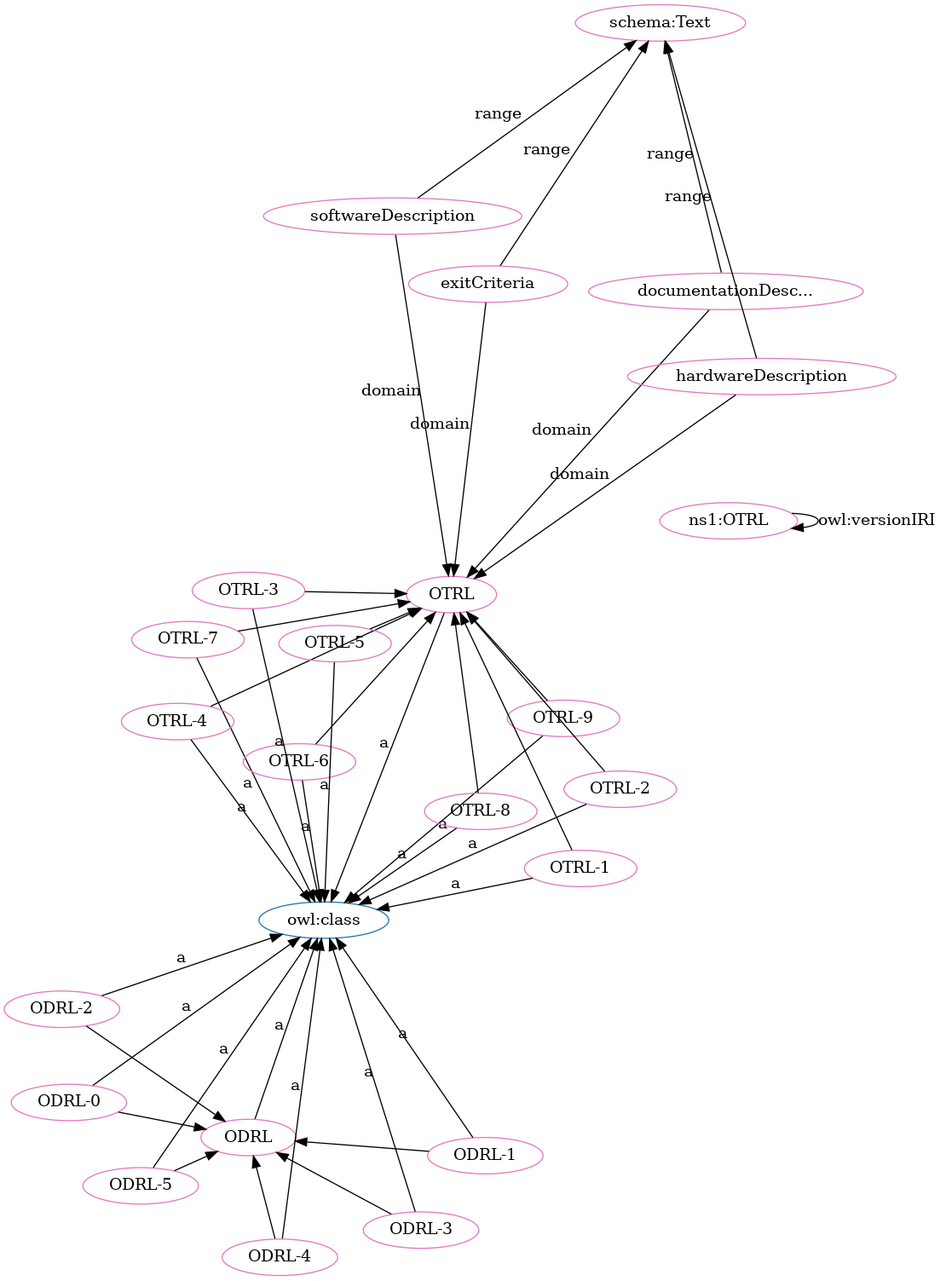
Earlier version of the Graphviz export OTRL-clean.png (OPEN-NEXT/OKH-LOSH). Its source is kept beside it as OTRL-clean.dot. The source it was exported from:
```dot
digraph G {
  rankdir=BT
  node[height=.3]
"http://purl.org/oseg/ontologies/OTRL#ODRL" [fillcolor="#1f77b4" color="#1f77b4" label="ODRL"]
"http://www.w3.org/2002/07/owl#class" [fillcolor="#1f77b4" color="#1f77b4" label="owl:class"]
"http://purl.org/oseg/ontologies/OTRL#OTRL" [fillcolor="#1f77b4" color="#1f77b4" label="OTRL"]
"http://purl.org/oseg/ontologies/OTRL#OTRL-7" [fillcolor="#e377c2" color="#e377c2" label="OTRL-7"]
"http://purl.org/oseg/ontologies/OTRL#ODRL" [fillcolor="#e377c2" color="#e377c2" label="ODRL"]
"http://purl.org/oseg/ontologies/OTRL#OTRL" [fillcolor="#e377c2" color="#e377c2" label="OTRL"]
"http://purl.org/oseg/ontologies/OTRL#documentationDescription" [fillcolor="#e377c2" color="#e377c2" label="documentationDesc..."]
"http://purl.org/oseg/ontologies/OTRL#OTRL-6" [fillcolor="#e377c2" color="#e377c2" label="OTRL-6"]
"http://purl.org/oseg/ontologies/OTRL#OTRL-3" [fillcolor="#e377c2" color="#e377c2" label="OTRL-3"]
"http://schema.org/Text" [fillcolor="#e377c2" color="#e377c2" label="schema:Text"]
"http://purl.org/oseg/ontologies/OTRL#ODRL-4" [fillcolor="#e377c2" color="#e377c2" label="ODRL-4"]
"http://purl.org/oseg/ontologies/OTRL#ODRL-1" [fillcolor="#e377c2" color="#e377c2" label="ODRL-1"]
"http://purl.org/oseg/ontologies/OTRL#ODRL-3" [fillcolor="#e377c2" color="#e377c2" label="ODRL-3"]
"http://purl.org/oseg/ontologies/OTRL#exitCriteria" [fillcolor="#e377c2" color="#e377c2" label="exitCriteria"]
"http://purl.org/oseg/ontologies/OTRL#OTRL-9" [fillcolor="#e377c2" color="#e377c2" label="OTRL-9"]
"http://purl.org/oseg/ontologies/OTRL" [fillcolor="#e377c2" color="#e377c2" label="ns1:OTRL"]
"http://purl.org/oseg/ontologies/OTRL#OTRL-8" [fillcolor="#e377c2" color="#e377c2" label="OTRL-8"]
"http://purl.org/oseg/ontologies/OTRL#OTRL-1" [fillcolor="#e377c2" color="#e377c2" label="OTRL-1"]
"http://purl.org/oseg/ontologies/OTRL#ODRL-2" [fillcolor="#e377c2" color="#e377c2" label="ODRL-2"]
"http://purl.org/oseg/ontologies/OTRL#OTRL-2" [fillcolor="#e377c2" color="#e377c2" label="OTRL-2"]
"http://purl.org/oseg/ontologies/OTRL#OTRL-4" [fillcolor="#e377c2" color="#e377c2" label="OTRL-4"]
"http://purl.org/oseg/ontologies/OTRL#softwareDescription" [fillcolor="#e377c2" color="#e377c2" label="softwareDescription"]
"http://purl.org/oseg/ontologies/OTRL#hardwareDescription" [fillcolor="#e377c2" color="#e377c2" label="hardwareDescription"]
"http://purl.org/oseg/ontologies/OTRL#OTRL-5" [fillcolor="#e377c2" color="#e377c2" label="OTRL-5"]
"http://purl.org/oseg/ontologies/OTRL#ODRL-0" [fillcolor="#e377c2" color="#e377c2" label="ODRL-0"]
"http://purl.org/oseg/ontologies/OTRL#ODRL-5" [fillcolor="#e377c2" color="#e377c2" label="ODRL-5"]
  "http://purl.org/oseg/ontologies/OTRL#OTRL-7" -> "http://www.w3.org/2002/07/owl#class" [label="a"]
  "http://purl.org/oseg/ontologies/OTRL#OTRL-7" -> "http://purl.org/oseg/ontologies/OTRL#OTRL" [label=""]
  "http://purl.org/oseg/ontologies/OTRL#exitCriteria" -> "http://purl.org/oseg/ontologies/OTRL#OTRL" [label="domain"]
  "http://purl.org/oseg/ontologies/OTRL#OTRL-3" -> "http://purl.org/oseg/ontologies/OTRL#OTRL" [label=""]
  "http://purl.org/oseg/ontologies/OTRL#OTRL-3" -> "http://www.w3.org/2002/07/owl#class" [label="a"]
  "http://purl.org/oseg/ontologies/OTRL#OTRL-4" -> "http://purl.org/oseg/ontologies/OTRL#OTRL" [label=""]
  "http://purl.org/oseg/ontologies/OTRL#OTRL-5" -> "http://purl.org/oseg/ontologies/OTRL#OTRL" [label=""]
  "http://purl.org/oseg/ontologies/OTRL#documentationDescription" -> "http://schema.org/Text" [label="range"]
  "http://purl.org/oseg/ontologies/OTRL#OTRL-4" -> "http://www.w3.org/2002/07/owl#class" [label="a"]
  "http://purl.org/oseg/ontologies/OTRL#OTRL" -> "http://www.w3.org/2002/07/owl#class" [label="a"]
  "http://purl.org/oseg/ontologies/OTRL#ODRL-4" -> "http://purl.org/oseg/ontologies/OTRL#ODRL" [label=""]
  "http://purl.org/oseg/ontologies/OTRL#ODRL-1" -> "http://purl.org/oseg/ontologies/OTRL#ODRL" [label=""]
  "http://purl.org/oseg/ontologies/OTRL#ODRL-3" -> "http://purl.org/oseg/ontologies/OTRL#ODRL" [label=""]
  "http://purl.org/oseg/ontologies/OTRL#OTRL-5" -> "http://www.w3.org/2002/07/owl#class" [label="a"]
  "http://purl.org/oseg/ontologies/OTRL#ODRL" -> "http://www.w3.org/2002/07/owl#class" [label="a"]
  "http://purl.org/oseg/ontologies/OTRL#ODRL-2" -> "http://purl.org/oseg/ontologies/OTRL#ODRL" [label=""]
  "http://purl.org/oseg/ontologies/OTRL#OTRL-1" -> "http://purl.org/oseg/ontologies/OTRL#OTRL" [label=""]
  "http://purl.org/oseg/ontologies/OTRL#OTRL-6" -> "http://purl.org/oseg/ontologies/OTRL#OTRL" [label=""]
  "http://purl.org/oseg/ontologies/OTRL#OTRL-6" -> "http://www.w3.org/2002/07/owl#class" [label="a"]
  "http://purl.org/oseg/ontologies/OTRL#softwareDescription" -> "http://schema.org/Text" [label="range"]
  "http://purl.org/oseg/ontologies/OTRL#ODRL-4" -> "http://www.w3.org/2002/07/owl#class" [label="a"]
  "http://purl.org/oseg/ontologies/OTRL#hardwareDescription" -> "http://schema.org/Text" [label="range"]
  "http://purl.org/oseg/ontologies/OTRL#exitCriteria" -> "http://schema.org/Text" [label="range"]
  "http://purl.org/oseg/ontologies/OTRL#documentationDescription" -> "http://purl.org/oseg/ontologies/OTRL#OTRL" [label="domain"]
  "http://purl.org/oseg/ontologies/OTRL#ODRL-1" -> "http://www.w3.org/2002/07/owl#class" [label="a"]
  "http://purl.org/oseg/ontologies/OTRL#ODRL-3" -> "http://www.w3.org/2002/07/owl#class" [label="a"]
  "http://purl.org/oseg/ontologies/OTRL#ODRL-5" -> "http://purl.org/oseg/ontologies/OTRL#ODRL" [label=""]
  "http://purl.org/oseg/ontologies/OTRL#OTRL-2" -> "http://purl.org/oseg/ontologies/OTRL#OTRL" [label=""]
  "http://purl.org/oseg/ontologies/OTRL#ODRL-0" -> "http://purl.org/oseg/ontologies/OTRL#ODRL" [label=""]
  "http://purl.org/oseg/ontologies/OTRL#OTRL-9" -> "http://purl.org/oseg/ontologies/OTRL#OTRL" [label=""]
  "http://purl.org/oseg/ontologies/OTRL#OTRL-8" -> "http://purl.org/oseg/ontologies/OTRL#OTRL" [label=""]
  "http://purl.org/oseg/ontologies/OTRL#OTRL-9" -> "http://www.w3.org/2002/07/owl#class" [label="a"]
  "http://purl.org/oseg/ontologies/OTRL#softwareDescription" -> "http://purl.org/oseg/ontologies/OTRL#OTRL" [label="domain"]
  "http://purl.org/oseg/ontologies/OTRL" -> "http://purl.org/oseg/ontologies/OTRL" [label="owl:versionIRI"]
  "http://purl.org/oseg/ontologies/OTRL#OTRL-8" -> "http://www.w3.org/2002/07/owl#class" [label="a"]
  "http://purl.org/oseg/ontologies/OTRL#OTRL-1" -> "http://www.w3.org/2002/07/owl#class" [label="a"]
  "http://purl.org/oseg/ontologies/OTRL#hardwareDescription" -> "http://purl.org/oseg/ontologies/OTRL#OTRL" [label="domain"]
  "http://purl.org/oseg/ontologies/OTRL#ODRL-2" -> "http://www.w3.org/2002/07/owl#class" [label="a"]
  "http://purl.org/oseg/ontologies/OTRL#ODRL-0" -> "http://www.w3.org/2002/07/owl#class" [label="a"]
  "http://purl.org/oseg/ontologies/OTRL#ODRL-5" -> "http://www.w3.org/2002/07/owl#class" [label="a"]
  "http://purl.org/oseg/ontologies/OTRL#OTRL-2" -> "http://www.w3.org/2002/07/owl#class" [label="a"]
}
```
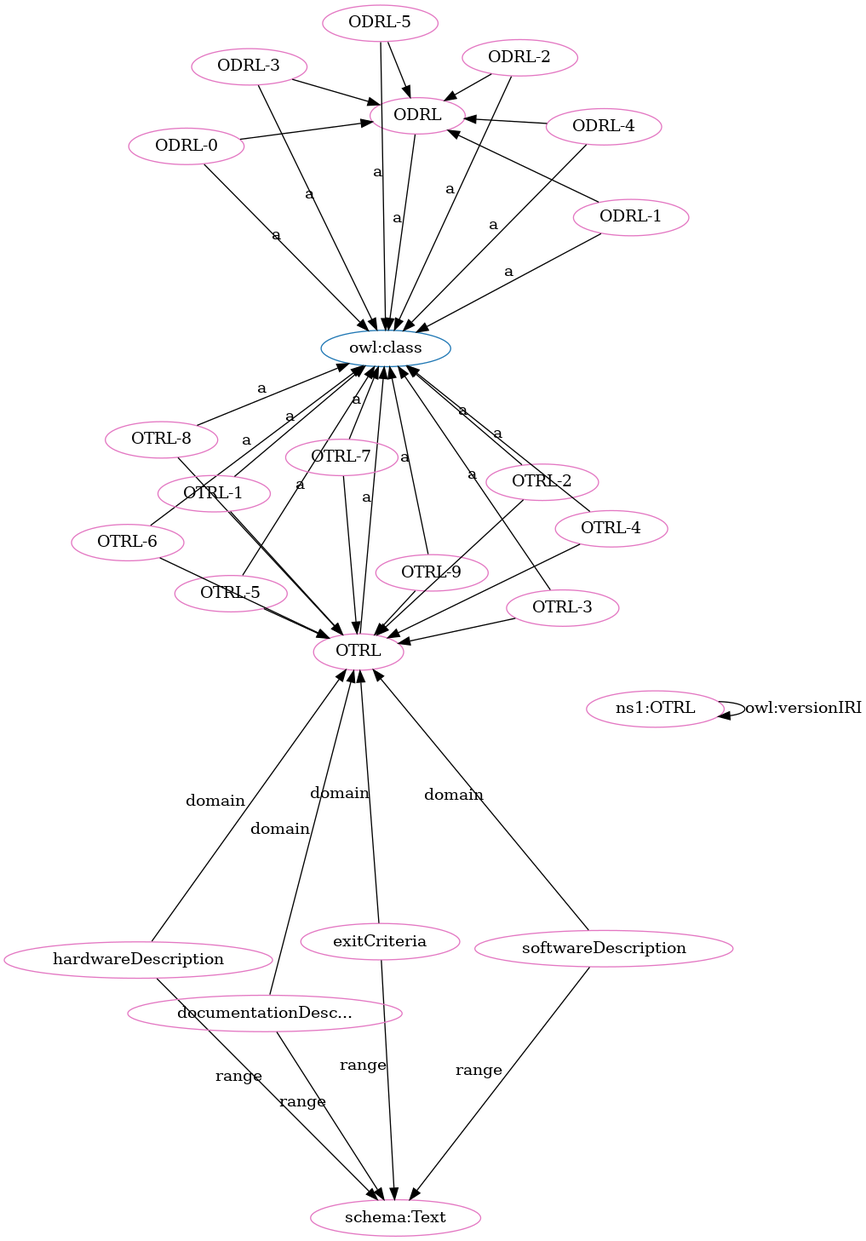
Above is the later version.

Change to the diagram source:
```diff
@@ -2,70 +2,70 @@
   rankdir=BT
   node[height=.3]
 "http://purl.org/oseg/ontologies/OTRL#ODRL" [fillcolor="#1f77b4" color="#1f77b4" label="ODRL"]
+"http://purl.org/oseg/ontologies/OTRL#OTRL" [fillcolor="#1f77b4" color="#1f77b4" label="OTRL"]
 "http://www.w3.org/2002/07/owl#class" [fillcolor="#1f77b4" color="#1f77b4" label="owl:class"]
-"http://purl.org/oseg/ontologies/OTRL#OTRL" [fillcolor="#1f77b4" color="#1f77b4" label="OTRL"]
+"http://purl.org/oseg/ontologies/OTRL#ODRL" [fillcolor="#e377c2" color="#e377c2" label="ODRL"]
+"http://purl.org/oseg/ontologies/OTRL#OTRL-5" [fillcolor="#e377c2" color="#e377c2" label="OTRL-5"]
+"http://purl.org/oseg/ontologies/OTRL#OTRL-9" [fillcolor="#e377c2" color="#e377c2" label="OTRL-9"]
+"http://schema.org/Text" [fillcolor="#e377c2" color="#e377c2" label="schema:Text"]
+"http://purl.org/oseg/ontologies/OTRL#hardwareDescription" [fillcolor="#e377c2" color="#e377c2" label="hardwareDescription"]
+"http://purl.org/oseg/ontologies/OTRL#OTRL" [fillcolor="#e377c2" color="#e377c2" label="OTRL"]
 "http://purl.org/oseg/ontologies/OTRL#OTRL-7" [fillcolor="#e377c2" color="#e377c2" label="OTRL-7"]
-"http://purl.org/oseg/ontologies/OTRL#ODRL" [fillcolor="#e377c2" color="#e377c2" label="ODRL"]
-"http://purl.org/oseg/ontologies/OTRL#OTRL" [fillcolor="#e377c2" color="#e377c2" label="OTRL"]
-"http://purl.org/oseg/ontologies/OTRL#documentationDescription" [fillcolor="#e377c2" color="#e377c2" label="documentationDesc..."]
 "http://purl.org/oseg/ontologies/OTRL#OTRL-6" [fillcolor="#e377c2" color="#e377c2" label="OTRL-6"]
+"http://purl.org/oseg/ontologies/OTRL#softwareDescription" [fillcolor="#e377c2" color="#e377c2" label="softwareDescription"]
 "http://purl.org/oseg/ontologies/OTRL#OTRL-3" [fillcolor="#e377c2" color="#e377c2" label="OTRL-3"]
-"http://schema.org/Text" [fillcolor="#e377c2" color="#e377c2" label="schema:Text"]
-"http://purl.org/oseg/ontologies/OTRL#ODRL-4" [fillcolor="#e377c2" color="#e377c2" label="ODRL-4"]
+"http://purl.org/oseg/ontologies/OTRL#exitCriteria" [fillcolor="#e377c2" color="#e377c2" label="exitCriteria"]
+"http://purl.org/oseg/ontologies/OTRL" [fillcolor="#e377c2" color="#e377c2" label="ns1:OTRL"]
+"http://purl.org/oseg/ontologies/OTRL#OTRL-2" [fillcolor="#e377c2" color="#e377c2" label="OTRL-2"]
 "http://purl.org/oseg/ontologies/OTRL#ODRL-1" [fillcolor="#e377c2" color="#e377c2" label="ODRL-1"]
-"http://purl.org/oseg/ontologies/OTRL#ODRL-3" [fillcolor="#e377c2" color="#e377c2" label="ODRL-3"]
-"http://purl.org/oseg/ontologies/OTRL#exitCriteria" [fillcolor="#e377c2" color="#e377c2" label="exitCriteria"]
-"http://purl.org/oseg/ontologies/OTRL#OTRL-9" [fillcolor="#e377c2" color="#e377c2" label="OTRL-9"]
-"http://purl.org/oseg/ontologies/OTRL" [fillcolor="#e377c2" color="#e377c2" label="ns1:OTRL"]
+"http://purl.org/oseg/ontologies/OTRL#ODRL-2" [fillcolor="#e377c2" color="#e377c2" label="ODRL-2"]
 "http://purl.org/oseg/ontologies/OTRL#OTRL-8" [fillcolor="#e377c2" color="#e377c2" label="OTRL-8"]
+"http://purl.org/oseg/ontologies/OTRL#OTRL-4" [fillcolor="#e377c2" color="#e377c2" label="OTRL-4"]
 "http://purl.org/oseg/ontologies/OTRL#OTRL-1" [fillcolor="#e377c2" color="#e377c2" label="OTRL-1"]
-"http://purl.org/oseg/ontologies/OTRL#ODRL-2" [fillcolor="#e377c2" color="#e377c2" label="ODRL-2"]
-"http://purl.org/oseg/ontologies/OTRL#OTRL-2" [fillcolor="#e377c2" color="#e377c2" label="OTRL-2"]
-"http://purl.org/oseg/ontologies/OTRL#OTRL-4" [fillcolor="#e377c2" color="#e377c2" label="OTRL-4"]
-"http://purl.org/oseg/ontologies/OTRL#softwareDescription" [fillcolor="#e377c2" color="#e377c2" label="softwareDescription"]
-"http://purl.org/oseg/ontologies/OTRL#hardwareDescription" [fillcolor="#e377c2" color="#e377c2" label="hardwareDescription"]
-"http://purl.org/oseg/ontologies/OTRL#OTRL-5" [fillcolor="#e377c2" color="#e377c2" label="OTRL-5"]
 "http://purl.org/oseg/ontologies/OTRL#ODRL-0" [fillcolor="#e377c2" color="#e377c2" label="ODRL-0"]
 "http://purl.org/oseg/ontologies/OTRL#ODRL-5" [fillcolor="#e377c2" color="#e377c2" label="ODRL-5"]
-  "http://purl.org/oseg/ontologies/OTRL#OTRL-7" -> "http://www.w3.org/2002/07/owl#class" [label="a"]
-  "http://purl.org/oseg/ontologies/OTRL#OTRL-7" -> "http://purl.org/oseg/ontologies/OTRL#OTRL" [label=""]
-  "http://purl.org/oseg/ontologies/OTRL#exitCriteria" -> "http://purl.org/oseg/ontologies/OTRL#OTRL" [label="domain"]
+"http://purl.org/oseg/ontologies/OTRL#documentationDescription" [fillcolor="#e377c2" color="#e377c2" label="documentationDesc..."]
+"http://purl.org/oseg/ontologies/OTRL#ODRL-3" [fillcolor="#e377c2" color="#e377c2" label="ODRL-3"]
+"http://purl.org/oseg/ontologies/OTRL#ODRL-4" [fillcolor="#e377c2" color="#e377c2" label="ODRL-4"]
+  "http://purl.org/oseg/ontologies/OTRL#OTRL-9" -> "http://www.w3.org/2002/07/owl#class" [label="a"]
+  "http://purl.org/oseg/ontologies/OTRL#softwareDescription" -> "http://schema.org/Text" [label="range"]
+  "http://purl.org/oseg/ontologies/OTRL#OTRL" -> "http://www.w3.org/2002/07/owl#class" [label="a"]
+  "http://purl.org/oseg/ontologies/OTRL#documentationDescription" -> "http://schema.org/Text" [label="range"]
+  "http://purl.org/oseg/ontologies/OTRL#OTRL-8" -> "http://purl.org/oseg/ontologies/OTRL#OTRL" [label=""]
   "http://purl.org/oseg/ontologies/OTRL#OTRL-3" -> "http://purl.org/oseg/ontologies/OTRL#OTRL" [label=""]
   "http://purl.org/oseg/ontologies/OTRL#OTRL-3" -> "http://www.w3.org/2002/07/owl#class" [label="a"]
-  "http://purl.org/oseg/ontologies/OTRL#OTRL-4" -> "http://purl.org/oseg/ontologies/OTRL#OTRL" [label=""]
-  "http://purl.org/oseg/ontologies/OTRL#OTRL-5" -> "http://purl.org/oseg/ontologies/OTRL#OTRL" [label=""]
-  "http://purl.org/oseg/ontologies/OTRL#documentationDescription" -> "http://schema.org/Text" [label="range"]
-  "http://purl.org/oseg/ontologies/OTRL#OTRL-4" -> "http://www.w3.org/2002/07/owl#class" [label="a"]
-  "http://purl.org/oseg/ontologies/OTRL#OTRL" -> "http://www.w3.org/2002/07/owl#class" [label="a"]
-  "http://purl.org/oseg/ontologies/OTRL#ODRL-4" -> "http://purl.org/oseg/ontologies/OTRL#ODRL" [label=""]
-  "http://purl.org/oseg/ontologies/OTRL#ODRL-1" -> "http://purl.org/oseg/ontologies/OTRL#ODRL" [label=""]
-  "http://purl.org/oseg/ontologies/OTRL#ODRL-3" -> "http://purl.org/oseg/ontologies/OTRL#ODRL" [label=""]
-  "http://purl.org/oseg/ontologies/OTRL#OTRL-5" -> "http://www.w3.org/2002/07/owl#class" [label="a"]
-  "http://purl.org/oseg/ontologies/OTRL#ODRL" -> "http://www.w3.org/2002/07/owl#class" [label="a"]
+  "http://purl.org/oseg/ontologies/OTRL#ODRL-0" -> "http://purl.org/oseg/ontologies/OTRL#ODRL" [label=""]
   "http://purl.org/oseg/ontologies/OTRL#ODRL-2" -> "http://purl.org/oseg/ontologies/OTRL#ODRL" [label=""]
-  "http://purl.org/oseg/ontologies/OTRL#OTRL-1" -> "http://purl.org/oseg/ontologies/OTRL#OTRL" [label=""]
-  "http://purl.org/oseg/ontologies/OTRL#OTRL-6" -> "http://purl.org/oseg/ontologies/OTRL#OTRL" [label=""]
-  "http://purl.org/oseg/ontologies/OTRL#OTRL-6" -> "http://www.w3.org/2002/07/owl#class" [label="a"]
-  "http://purl.org/oseg/ontologies/OTRL#softwareDescription" -> "http://schema.org/Text" [label="range"]
-  "http://purl.org/oseg/ontologies/OTRL#ODRL-4" -> "http://www.w3.org/2002/07/owl#class" [label="a"]
-  "http://purl.org/oseg/ontologies/OTRL#hardwareDescription" -> "http://schema.org/Text" [label="range"]
-  "http://purl.org/oseg/ontologies/OTRL#exitCriteria" -> "http://schema.org/Text" [label="range"]
-  "http://purl.org/oseg/ontologies/OTRL#documentationDescription" -> "http://purl.org/oseg/ontologies/OTRL#OTRL" [label="domain"]
-  "http://purl.org/oseg/ontologies/OTRL#ODRL-1" -> "http://www.w3.org/2002/07/owl#class" [label="a"]
-  "http://purl.org/oseg/ontologies/OTRL#ODRL-3" -> "http://www.w3.org/2002/07/owl#class" [label="a"]
-  "http://purl.org/oseg/ontologies/OTRL#ODRL-5" -> "http://purl.org/oseg/ontologies/OTRL#ODRL" [label=""]
+  "http://purl.org/oseg/ontologies/OTRL#OTRL-2" -> "http://www.w3.org/2002/07/owl#class" [label="a"]
+  "http://purl.org/oseg/ontologies/OTRL#OTRL-9" -> "http://purl.org/oseg/ontologies/OTRL#OTRL" [label=""]
+  "http://purl.org/oseg/ontologies/OTRL#ODRL-2" -> "http://www.w3.org/2002/07/owl#class" [label="a"]
   "http://purl.org/oseg/ontologies/OTRL#OTRL-2" -> "http://purl.org/oseg/ontologies/OTRL#OTRL" [label=""]
-  "http://purl.org/oseg/ontologies/OTRL#ODRL-0" -> "http://purl.org/oseg/ontologies/OTRL#ODRL" [label=""]
-  "http://purl.org/oseg/ontologies/OTRL#OTRL-9" -> "http://purl.org/oseg/ontologies/OTRL#OTRL" [label=""]
-  "http://purl.org/oseg/ontologies/OTRL#OTRL-8" -> "http://purl.org/oseg/ontologies/OTRL#OTRL" [label=""]
-  "http://purl.org/oseg/ontologies/OTRL#OTRL-9" -> "http://www.w3.org/2002/07/owl#class" [label="a"]
-  "http://purl.org/oseg/ontologies/OTRL#softwareDescription" -> "http://purl.org/oseg/ontologies/OTRL#OTRL" [label="domain"]
   "http://purl.org/oseg/ontologies/OTRL" -> "http://purl.org/oseg/ontologies/OTRL" [label="owl:versionIRI"]
-  "http://purl.org/oseg/ontologies/OTRL#OTRL-8" -> "http://www.w3.org/2002/07/owl#class" [label="a"]
   "http://purl.org/oseg/ontologies/OTRL#OTRL-1" -> "http://www.w3.org/2002/07/owl#class" [label="a"]
-  "http://purl.org/oseg/ontologies/OTRL#hardwareDescription" -> "http://purl.org/oseg/ontologies/OTRL#OTRL" [label="domain"]
-  "http://purl.org/oseg/ontologies/OTRL#ODRL-2" -> "http://www.w3.org/2002/07/owl#class" [label="a"]
   "http://purl.org/oseg/ontologies/OTRL#ODRL-0" -> "http://www.w3.org/2002/07/owl#class" [label="a"]
   "http://purl.org/oseg/ontologies/OTRL#ODRL-5" -> "http://www.w3.org/2002/07/owl#class" [label="a"]
-  "http://purl.org/oseg/ontologies/OTRL#OTRL-2" -> "http://www.w3.org/2002/07/owl#class" [label="a"]
+  "http://purl.org/oseg/ontologies/OTRL#hardwareDescription" -> "http://schema.org/Text" [label="range"]
+  "http://purl.org/oseg/ontologies/OTRL#ODRL-3" -> "http://www.w3.org/2002/07/owl#class" [label="a"]
+  "http://purl.org/oseg/ontologies/OTRL#hardwareDescription" -> "http://purl.org/oseg/ontologies/OTRL#OTRL" [label="domain"]
+  "http://purl.org/oseg/ontologies/OTRL#ODRL-4" -> "http://www.w3.org/2002/07/owl#class" [label="a"]
+  "http://purl.org/oseg/ontologies/OTRL#ODRL-5" -> "http://purl.org/oseg/ontologies/OTRL#ODRL" [label=""]
+  "http://purl.org/oseg/ontologies/OTRL#OTRL-5" -> "http://www.w3.org/2002/07/owl#class" [label="a"]
+  "http://purl.org/oseg/ontologies/OTRL#exitCriteria" -> "http://schema.org/Text" [label="range"]
+  "http://purl.org/oseg/ontologies/OTRL#ODRL-3" -> "http://purl.org/oseg/ontologies/OTRL#ODRL" [label=""]
+  "http://purl.org/oseg/ontologies/OTRL#OTRL-7" -> "http://purl.org/oseg/ontologies/OTRL#OTRL" [label=""]
+  "http://purl.org/oseg/ontologies/OTRL#OTRL-7" -> "http://www.w3.org/2002/07/owl#class" [label="a"]
+  "http://purl.org/oseg/ontologies/OTRL#ODRL-1" -> "http://purl.org/oseg/ontologies/OTRL#ODRL" [label=""]
+  "http://purl.org/oseg/ontologies/OTRL#OTRL-6" -> "http://www.w3.org/2002/07/owl#class" [label="a"]
+  "http://purl.org/oseg/ontologies/OTRL#OTRL-1" -> "http://purl.org/oseg/ontologies/OTRL#OTRL" [label=""]
+  "http://purl.org/oseg/ontologies/OTRL#softwareDescription" -> "http://purl.org/oseg/ontologies/OTRL#OTRL" [label="domain"]
+  "http://purl.org/oseg/ontologies/OTRL#ODRL-1" -> "http://www.w3.org/2002/07/owl#class" [label="a"]
+  "http://purl.org/oseg/ontologies/OTRL#OTRL-8" -> "http://www.w3.org/2002/07/owl#class" [label="a"]
+  "http://purl.org/oseg/ontologies/OTRL#OTRL-5" -> "http://purl.org/oseg/ontologies/OTRL#OTRL" [label=""]
+  "http://purl.org/oseg/ontologies/OTRL#documentationDescription" -> "http://purl.org/oseg/ontologies/OTRL#OTRL" [label="domain"]
+  "http://purl.org/oseg/ontologies/OTRL#OTRL-4" -> "http://purl.org/oseg/ontologies/OTRL#OTRL" [label=""]
+  "http://purl.org/oseg/ontologies/OTRL#OTRL-4" -> "http://www.w3.org/2002/07/owl#class" [label="a"]
+  "http://purl.org/oseg/ontologies/OTRL#ODRL-4" -> "http://purl.org/oseg/ontologies/OTRL#ODRL" [label=""]
+  "http://purl.org/oseg/ontologies/OTRL#exitCriteria" -> "http://purl.org/oseg/ontologies/OTRL#OTRL" [label="domain"]
+  "http://purl.org/oseg/ontologies/OTRL#ODRL" -> "http://www.w3.org/2002/07/owl#class" [label="a"]
+  "http://purl.org/oseg/ontologies/OTRL#OTRL-6" -> "http://purl.org/oseg/ontologies/OTRL#OTRL" [label=""]
 }
```
